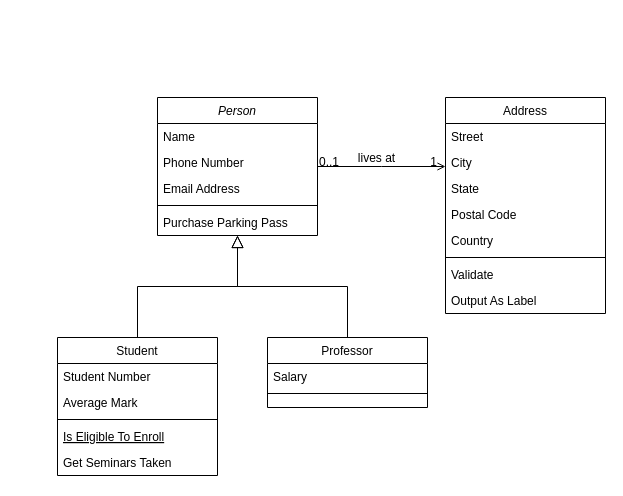
Earlier version of the draw.io diagram 제목 없는 다이어그램.drawio (No88888888/HoRyong). Source tidied: cells renumbered, new cells numbered last; positions are measured from the earlier drawing's top-left corner, leaving out a move shared by most shapes. Both pictures are drawn from the tidied source at 100%, with x=0, y=0 at pixel (57, 97).
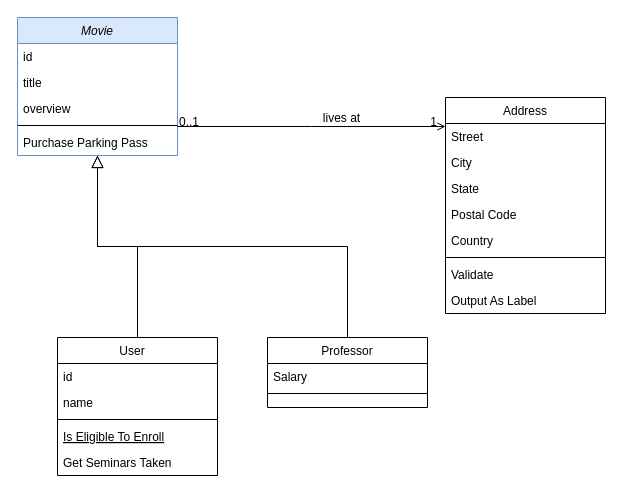
After the change.

Commit message:
제목 없는 다이어그램.drawio 업데이트

What changed in the source:
```diff
@@
-    <mxCell id="2" value="Person" style="swimlane;fontStyle=2;align=center;verticalAlign=top;horizontal=1;startSize=26;rounded=0;shadow=0;strokeWidth=1;" parent="1" vertex="1">
-      <mxGeometry x="100" width="160" height="138" as="geometry" />
+    <mxCell id="2" value="Movie" style="swimlane;fontStyle=2;align=center;verticalAlign=top;horizontal=1;startSize=26;rounded=0;shadow=0;strokeWidth=1;fillColor=#dae8fc;strokeColor=#6c8ebf;" parent="1" vertex="1">
+      <mxGeometry x="-40" y="-80" width="160" height="138" as="geometry" />
     </mxCell>
+    <mxCell id="4" value="id        " style="text;align=left;verticalAlign=top;spacingLeft=4;spacingRight=4;overflow=hidden;rounded=0;shadow=0;html=0;" parent="2" vertex="1">
+      <mxGeometry y="26" width="160" height="26" as="geometry" />
+    </mxCell>
-    <mxCell id="3" value="Name" style="text;align=left;verticalAlign=top;spacingLeft=4;spacingRight=4;overflow=hidden;" parent="2" vertex="1">
-      <mxGeometry y="26" width="160" height="26" as="geometry" />
+    <mxCell id="3" value="title    &#10;" style="text;align=left;verticalAlign=top;spacingLeft=4;spacingRight=4;overflow=hidden;" parent="2" vertex="1">
+      <mxGeometry y="52" width="160" height="26" as="geometry" />
     </mxCell>
-    <mxCell id="4" value="Phone Number" style="text;align=left;verticalAlign=top;spacingLeft=4;spacingRight=4;overflow=hidden;rounded=0;shadow=0;html=0;" parent="2" vertex="1">
-      <mxGeometry y="52" width="160" height="26" as="geometry" />
-    </mxCell>
-    <mxCell id="5" value="Email Address" style="text;align=left;verticalAlign=top;spacingLeft=4;spacingRight=4;overflow=hidden;rounded=0;shadow=0;html=0;" parent="2" vertex="1">
+    <mxCell id="5" value="overview" style="text;align=left;verticalAlign=top;spacingLeft=4;spacingRight=4;overflow=hidden;rounded=0;shadow=0;html=0;" parent="2" vertex="1">
       <mxGeometry y="78" width="160" height="26" as="geometry" />
     </mxCell>
@@
-    <mxCell id="8" value="Student" style="swimlane;fontStyle=0;align=center;verticalAlign=top;horizontal=1;startSize=26;rounded=0;shadow=0;strokeWidth=1;" parent="1" vertex="1">
+    <mxCell id="8" value="User   " style="swimlane;fontStyle=0;align=center;verticalAlign=top;horizontal=1;startSize=26;rounded=0;shadow=0;strokeWidth=1;" parent="1" vertex="1">
       <mxGeometry y="240" width="160" height="138" as="geometry" />
     </mxCell>
-    <mxCell id="9" value="Student Number" style="text;align=left;verticalAlign=top;spacingLeft=4;spacingRight=4;overflow=hidden;" parent="8" vertex="1">
+    <mxCell id="9" value="id    " style="text;align=left;verticalAlign=top;spacingLeft=4;spacingRight=4;overflow=hidden;" parent="8" vertex="1">
       <mxGeometry y="26" width="160" height="26" as="geometry" />
     </mxCell>
-    <mxCell id="10" value="Average Mark" style="text;align=left;verticalAlign=top;spacingLeft=4;spacingRight=4;overflow=hidden;rounded=0;shadow=0;html=0;" parent="8" vertex="1">
+    <mxCell id="10" value="name" style="text;align=left;verticalAlign=top;spacingLeft=4;spacingRight=4;overflow=hidden;rounded=0;shadow=0;html=0;" parent="8" vertex="1">
       <mxGeometry y="52" width="160" height="26" as="geometry" />
     </mxCell>
```
